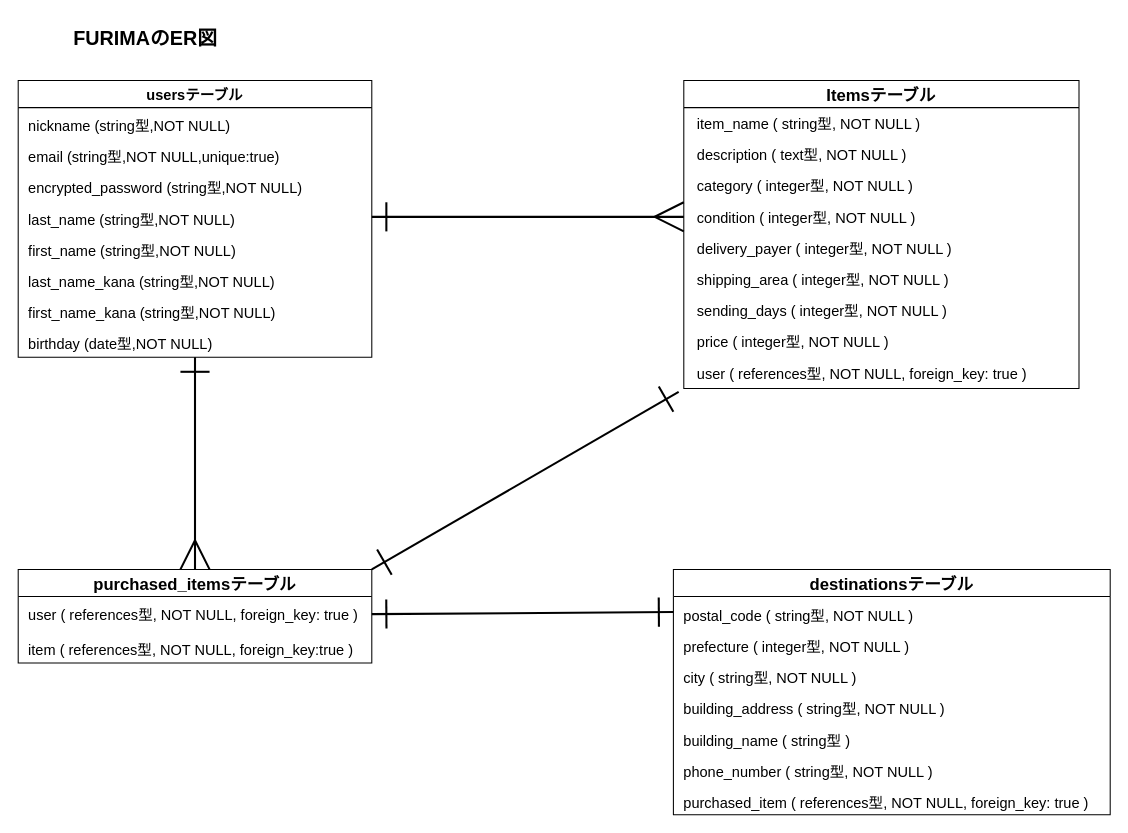
Before: furima.dio in megnaka/furima-37900, a draw.io diagram. Source tidied: cells renumbered, new cells numbered last; positions are measured from the earlier drawing's top-left corner, leaving out a move shared by most shapes. Both pictures are drawn from the tidied source at 104%, with x=0, y=0 at pixel (18, 18).
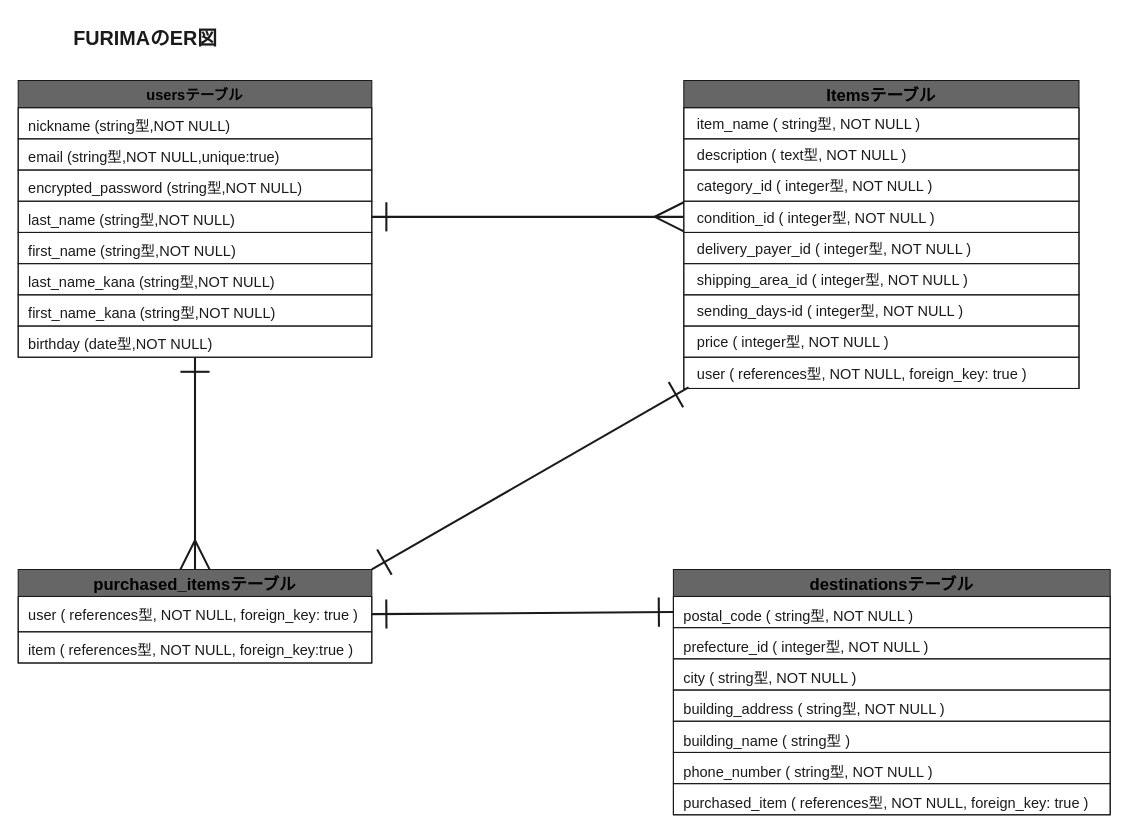
After the change.

Commit message (it also covers changes not shown here):
コートレビュー後の修正

The edit, as a diff of the source:
```diff
@@
-<mxGraphModel>
+<mxGraphModel background="#ffffff">
@@
-    <mxCell id="2" value="destinationsテーブル" style="swimlane;fontStyle=1;horizontal=1;startSize=26;align=center;fontSize=16;" parent="1" vertex="1">
+    <mxCell id="2" value="destinationsテーブル" style="swimlane;fontStyle=1;horizontal=1;startSize=26;align=center;fontSize=16;fontColor=default;labelBorderColor=none;strokeColor=#1A1A1A;fillColor=#666666;" parent="1" vertex="1">
       <mxGeometry x="630" y="530" width="420" height="236" as="geometry" />
     </mxCell>
-    <mxCell id="3" value="postal_code ( string型, NOT NULL )" style="text;strokeColor=none;fillColor=none;spacingLeft=11;spacingRight=5;overflow=hidden;points=[[0,0.5],[1,0.5]];portConstraint=eastwest;fontSize=14;spacing=-1;spacingTop=7;spacingBottom=7;" parent="2" vertex="1">
+    <mxCell id="3" value="postal_code ( string型, NOT NULL )" style="text;strokeColor=#1A1A1A;fillColor=none;spacingLeft=11;spacingRight=5;overflow=hidden;points=[[0,0.5],[1,0.5]];portConstraint=eastwest;fontSize=14;spacing=-1;spacingTop=7;spacingBottom=7;fontColor=#1A1A1A;labelBorderColor=none;" parent="2" vertex="1">
       <mxGeometry y="26" width="420" height="30" as="geometry" />
     </mxCell>
-    <mxCell id="4" value="prefecture ( integer型, NOT NULL )" style="text;strokeColor=none;fillColor=none;spacingLeft=11;spacingRight=5;overflow=hidden;fontSize=14;spacing=-1;spacingTop=7;spacingBottom=7;" parent="2" vertex="1">
+    <mxCell id="4" value="prefecture_id ( integer型, NOT NULL )" style="text;strokeColor=#1A1A1A;fillColor=none;spacingLeft=11;spacingRight=5;overflow=hidden;fontSize=14;spacing=-1;spacingTop=7;spacingBottom=7;fontColor=#1A1A1A;labelBorderColor=none;" parent="2" vertex="1">
       <mxGeometry y="56" width="420" height="30" as="geometry" />
     </mxCell>
-    <mxCell id="5" value="city ( string型, NOT NULL )" style="text;strokeColor=none;fillColor=none;spacingLeft=11;spacingRight=5;overflow=hidden;fontSize=14;spacing=-1;spacingTop=7;spacingBottom=7;" parent="2" vertex="1">
+    <mxCell id="5" value="city ( string型, NOT NULL )" style="text;strokeColor=#1A1A1A;fillColor=none;spacingLeft=11;spacingRight=5;overflow=hidden;fontSize=14;spacing=-1;spacingTop=7;spacingBottom=7;fontColor=#1A1A1A;labelBorderColor=none;" parent="2" vertex="1">
       <mxGeometry y="86" width="420" height="30" as="geometry" />
     </mxCell>
-    <mxCell id="6" value="building_address ( string型, NOT NULL )" style="text;strokeColor=none;fillColor=none;spacingLeft=11;spacingRight=5;overflow=hidden;fontSize=14;spacing=-1;spacingTop=7;spacingBottom=7;" parent="2" vertex="1">
+    <mxCell id="6" value="building_address ( string型, NOT NULL )" style="text;strokeColor=#1A1A1A;fillColor=none;spacingLeft=11;spacingRight=5;overflow=hidden;fontSize=14;spacing=-1;spacingTop=7;spacingBottom=7;fontColor=#1A1A1A;labelBorderColor=none;" parent="2" vertex="1">
       <mxGeometry y="116" width="420" height="30" as="geometry" />
     </mxCell>
-    <mxCell id="7" value="building_name ( string型 )" style="text;strokeColor=none;fillColor=none;spacingLeft=11;spacingRight=5;overflow=hidden;fontSize=14;spacing=-1;spacingTop=7;spacingBottom=7;" parent="2" vertex="1">
+    <mxCell id="7" value="building_name ( string型 )" style="text;strokeColor=#1A1A1A;fillColor=none;spacingLeft=11;spacingRight=5;overflow=hidden;fontSize=14;spacing=-1;spacingTop=7;spacingBottom=7;fontColor=#1A1A1A;labelBorderColor=none;" parent="2" vertex="1">
       <mxGeometry y="146" width="420" height="30" as="geometry" />
     </mxCell>
-    <mxCell id="8" value="phone_number ( string型, NOT NULL )" style="text;strokeColor=none;fillColor=none;spacingLeft=11;spacingRight=5;overflow=hidden;fontSize=14;spacing=-1;spacingTop=7;spacingBottom=7;" parent="2" vertex="1">
+    <mxCell id="8" value="phone_number ( string型, NOT NULL )" style="text;strokeColor=#1A1A1A;fillColor=none;spacingLeft=11;spacingRight=5;overflow=hidden;fontSize=14;spacing=-1;spacingTop=7;spacingBottom=7;fontColor=#1A1A1A;labelBorderColor=none;" parent="2" vertex="1">
       <mxGeometry y="176" width="420" height="30" as="geometry" />
     </mxCell>
-    <mxCell id="9" value="purchased_item ( references型, NOT NULL, foreign_key: true )" style="text;strokeColor=none;fillColor=none;spacingLeft=11;spacingRight=5;overflow=hidden;fontSize=14;spacing=-1;spacingTop=7;spacingBottom=7;" parent="2" vertex="1">
+    <mxCell id="9" value="purchased_item ( references型, NOT NULL, foreign_key: true )" style="text;strokeColor=#1A1A1A;fillColor=none;spacingLeft=11;spacingRight=5;overflow=hidden;fontSize=14;spacing=-1;spacingTop=7;spacingBottom=7;fontColor=#1A1A1A;labelBorderColor=none;" parent="2" vertex="1">
       <mxGeometry y="206" width="420" height="30" as="geometry" />
     </mxCell>
-    <mxCell id="10" value="Itemsテーブル" style="swimlane;fontStyle=1;horizontal=1;startSize=26;align=center;fontSize=16;spacing=0;spacingTop=1;spacingBottom=1;" parent="1" vertex="1">
+    <mxCell id="10" value="Itemsテーブル" style="swimlane;fontStyle=1;horizontal=1;startSize=26;align=center;fontSize=16;spacing=0;spacingTop=1;spacingBottom=1;fillColor=#666666;strokeColor=#1A1A1A;fontColor=default;labelBackgroundColor=none;labelBorderColor=none;" parent="1" vertex="1">
       <mxGeometry x="640" y="60" width="380" height="296" as="geometry" />
     </mxCell>
-    <mxCell id="11" value="item_name ( string型, NOT NULL )" style="text;strokeColor=none;fillColor=none;spacingLeft=15;spacingRight=5;overflow=hidden;fontSize=14;spacingTop=5;spacingBottom=5;spacing=-2;" parent="10" vertex="1">
+    <mxCell id="11" value="item_name ( string型, NOT NULL )" style="text;strokeColor=#1A1A1A;fillColor=none;spacingLeft=15;spacingRight=5;overflow=hidden;fontSize=14;spacingTop=5;spacingBottom=5;spacing=-2;fontColor=#1A1A1A;labelBorderColor=none;" parent="10" vertex="1">
       <mxGeometry y="26" width="380" height="30" as="geometry" />
     </mxCell>
-    <mxCell id="12" value="description ( text型, NOT NULL )" style="text;strokeColor=none;fillColor=none;spacingLeft=15;spacingRight=5;overflow=hidden;fontSize=14;spacingTop=5;spacingBottom=5;spacing=-2;" parent="10" vertex="1">
+    <mxCell id="12" value="description ( text型, NOT NULL )" style="text;strokeColor=#1A1A1A;fillColor=none;spacingLeft=15;spacingRight=5;overflow=hidden;fontSize=14;spacingTop=5;spacingBottom=5;spacing=-2;fontColor=#1A1A1A;labelBorderColor=none;" parent="10" vertex="1">
       <mxGeometry y="56" width="380" height="30" as="geometry" />
     </mxCell>
-    <mxCell id="13" value="category ( integer型, NOT NULL )" style="text;strokeColor=none;fillColor=none;spacingLeft=15;spacingRight=5;overflow=hidden;fontSize=14;spacingTop=5;spacingBottom=5;spacing=-2;" parent="10" vertex="1">
+    <mxCell id="13" value="category_id ( integer型, NOT NULL )" style="text;strokeColor=#1A1A1A;fillColor=none;spacingLeft=15;spacingRight=5;overflow=hidden;fontSize=14;spacingTop=5;spacingBottom=5;spacing=-2;fontColor=#1A1A1A;labelBorderColor=none;" parent="10" vertex="1">
       <mxGeometry y="86" width="380" height="30" as="geometry" />
     </mxCell>
-    <mxCell id="14" value="condition ( integer型, NOT NULL )" style="text;strokeColor=none;fillColor=none;spacingLeft=15;spacingRight=5;overflow=hidden;points=[[0,0.5],[1,0.5]];portConstraint=eastwest;fontSize=14;spacingTop=5;spacingBottom=5;spacing=-2;" parent="10" vertex="1">
+    <mxCell id="14" value="condition_id ( integer型, NOT NULL )" style="text;strokeColor=#1A1A1A;fillColor=none;spacingLeft=15;spacingRight=5;overflow=hidden;points=[[0,0.5],[1,0.5]];portConstraint=eastwest;fontSize=14;spacingTop=5;spacingBottom=5;spacing=-2;fontColor=#1A1A1A;labelBorderColor=none;" parent="10" vertex="1">
       <mxGeometry y="116" width="380" height="30" as="geometry" />
     </mxCell>
-    <mxCell id="15" value="delivery_payer ( integer型, NOT NULL )" style="text;strokeColor=none;fillColor=none;spacingLeft=15;spacingRight=5;overflow=hidden;fontSize=14;spacingTop=5;spacingBottom=5;spacing=-2;" parent="10" vertex="1">
+    <mxCell id="15" value="delivery_payer_id ( integer型, NOT NULL )" style="text;strokeColor=#1A1A1A;fillColor=none;spacingLeft=15;spacingRight=5;overflow=hidden;fontSize=14;spacingTop=5;spacingBottom=5;spacing=-2;fontColor=#1A1A1A;labelBorderColor=none;" parent="10" vertex="1">
       <mxGeometry y="146" width="380" height="30" as="geometry" />
     </mxCell>
-    <mxCell id="16" value="shipping_area ( integer型, NOT NULL )" style="text;strokeColor=none;fillColor=none;spacingLeft=15;spacingRight=5;overflow=hidden;fontSize=14;spacingTop=5;spacingBottom=5;spacing=-2;" parent="10" vertex="1">
+    <mxCell id="16" value="shipping_area_id ( integer型, NOT NULL )" style="text;strokeColor=#1A1A1A;fillColor=none;spacingLeft=15;spacingRight=5;overflow=hidden;fontSize=14;spacingTop=5;spacingBottom=5;spacing=-2;fontColor=#1A1A1A;labelBorderColor=none;" parent="10" vertex="1">
       <mxGeometry y="176" width="380" height="30" as="geometry" />
     </mxCell>
-    <mxCell id="17" value="sending_days ( integer型, NOT NULL )" style="text;strokeColor=none;fillColor=none;spacingLeft=15;spacingRight=5;overflow=hidden;fontSize=14;spacingTop=5;spacingBottom=5;spacing=-2;" parent="10" vertex="1">
+    <mxCell id="17" value="sending_days-id ( integer型, NOT NULL )" style="text;strokeColor=#1A1A1A;fillColor=none;spacingLeft=15;spacingRight=5;overflow=hidden;fontSize=14;spacingTop=5;spacingBottom=5;spacing=-2;fontColor=#1A1A1A;labelBorderColor=none;" parent="10" vertex="1">
       <mxGeometry y="206" width="380" height="30" as="geometry" />
     </mxCell>
-    <mxCell id="18" value="price ( integer型, NOT NULL )" style="text;strokeColor=none;fillColor=none;spacingLeft=15;spacingRight=5;overflow=hidden;fontSize=14;spacingTop=5;spacingBottom=5;spacing=-2;" parent="10" vertex="1">
+    <mxCell id="18" value="price ( integer型, NOT NULL )" style="text;strokeColor=#1A1A1A;fillColor=none;spacingLeft=15;spacingRight=5;overflow=hidden;fontSize=14;spacingTop=5;spacingBottom=5;spacing=-2;fontColor=#1A1A1A;labelBorderColor=none;" parent="10" vertex="1">
       <mxGeometry y="236" width="380" height="30" as="geometry" />
     </mxCell>
-    <mxCell id="19" value="user ( references型, NOT NULL, foreign_key: true )" style="text;strokeColor=none;fillColor=none;spacingLeft=15;spacingRight=5;overflow=hidden;points=[[0,0.5],[1,0.5]];portConstraint=eastwest;fontSize=14;spacingTop=5;spacingBottom=5;spacing=-2;" parent="10" vertex="1">
+    <mxCell id="19" value="user ( references型, NOT NULL, foreign_key: true )" style="text;strokeColor=#1A1A1A;fillColor=none;spacingLeft=15;spacingRight=5;overflow=hidden;points=[[0,0.5],[1,0.5]];portConstraint=eastwest;fontSize=14;spacingTop=5;spacingBottom=5;spacing=-2;fontColor=#1A1A1A;labelBorderColor=none;" parent="10" vertex="1">
       <mxGeometry y="266" width="380" height="30" as="geometry" />
     </mxCell>
-    <mxCell id="20" style="edgeStyle=none;html=1;entryX=0.5;entryY=0;entryDx=0;entryDy=0;fontSize=16;startArrow=ERone;startFill=0;endArrow=ERmany;endFill=0;startSize=25;endSize=25;strokeWidth=2;" parent="1" edge="1" source="21" target="31">
+    <mxCell id="20" style="edgeStyle=none;html=1;entryX=0.5;entryY=0;entryDx=0;entryDy=0;fontSize=16;startArrow=ERone;startFill=0;endArrow=ERmany;endFill=0;startSize=25;endSize=25;strokeWidth=2;fontColor=#1A1A1A;labelBorderColor=none;strokeColor=#1A1A1A;" parent="1" edge="1" source="21" target="31">
       <mxGeometry relative="1" as="geometry" />
     </mxCell>
-    <mxCell id="21" value="usersテーブル" style="swimlane;fontStyle=1;horizontal=1;startSize=26;align=center;fontSize=14;" parent="1" vertex="1">
+    <mxCell id="21" value="usersテーブル" style="swimlane;fontStyle=1;horizontal=1;startSize=26;align=center;fontSize=14;fontColor=default;labelBorderColor=none;strokeColor=#1A1A1A;fillColor=#666666;" parent="1" vertex="1">
       <mxGeometry y="60" width="340" height="266" as="geometry" />
     </mxCell>
-    <mxCell id="22" value="nickname (string型,NOT NULL)" style="text;strokeColor=none;fillColor=none;spacingLeft=10;spacingRight=5;overflow=hidden;fontSize=14;spacingTop=5;spacingBottom=5;spacing=0;" parent="21" vertex="1">
+    <mxCell id="22" value="nickname (string型,NOT NULL)" style="text;strokeColor=#1A1A1A;fillColor=none;spacingLeft=10;spacingRight=5;overflow=hidden;fontSize=14;spacingTop=5;spacingBottom=5;spacing=0;fontColor=#1A1A1A;labelBorderColor=none;" parent="21" vertex="1">
       <mxGeometry y="26" width="340" height="30" as="geometry" />
     </mxCell>
-    <mxCell id="23" value="email (string型,NOT NULL,unique:true)" style="text;strokeColor=none;fillColor=none;spacingLeft=10;spacingRight=5;overflow=hidden;fontSize=14;spacingTop=5;spacingBottom=5;spacing=0;" parent="21" vertex="1">
+    <mxCell id="23" value="email (string型,NOT NULL,unique:true)" style="text;strokeColor=#1A1A1A;fillColor=none;spacingLeft=10;spacingRight=5;overflow=hidden;fontSize=14;spacingTop=5;spacingBottom=5;spacing=0;fontColor=#1A1A1A;labelBorderColor=none;" parent="21" vertex="1">
       <mxGeometry y="56" width="340" height="30" as="geometry" />
     </mxCell>
-    <mxCell id="24" value="encrypted_password (string型,NOT NULL)" style="text;strokeColor=none;fillColor=none;spacingLeft=10;spacingRight=5;overflow=hidden;fontSize=14;spacingTop=5;spacingBottom=5;spacing=0;" parent="21" vertex="1">
+    <mxCell id="24" value="encrypted_password (string型,NOT NULL)" style="text;strokeColor=#1A1A1A;fillColor=none;spacingLeft=10;spacingRight=5;overflow=hidden;fontSize=14;spacingTop=5;spacingBottom=5;spacing=0;fontColor=#1A1A1A;labelBorderColor=none;" parent="21" vertex="1">
       <mxGeometry y="86" width="340" height="30" as="geometry" />
     </mxCell>
-    <mxCell id="25" value="last_name (string型,NOT NULL)" style="text;strokeColor=none;fillColor=none;spacingLeft=10;spacingRight=5;overflow=hidden;points=[[0,0.5],[1,0.5]];portConstraint=eastwest;fontSize=14;spacingTop=5;spacingBottom=5;spacing=0;" parent="21" vertex="1">
+    <mxCell id="25" value="last_name (string型,NOT NULL)" style="text;strokeColor=#1A1A1A;fillColor=none;spacingLeft=10;spacingRight=5;overflow=hidden;points=[[0,0.5],[1,0.5]];portConstraint=eastwest;fontSize=14;spacingTop=5;spacingBottom=5;spacing=0;fontColor=#1A1A1A;labelBorderColor=none;" parent="21" vertex="1">
       <mxGeometry y="116" width="340" height="30" as="geometry" />
     </mxCell>
-    <mxCell id="26" value="first_name (string型,NOT NULL)" style="text;strokeColor=none;fillColor=none;spacingLeft=10;spacingRight=5;overflow=hidden;fontSize=14;spacingTop=5;spacingBottom=5;spacing=0;" parent="21" vertex="1">
+    <mxCell id="26" value="first_name (string型,NOT NULL)" style="text;strokeColor=#1A1A1A;fillColor=none;spacingLeft=10;spacingRight=5;overflow=hidden;fontSize=14;spacingTop=5;spacingBottom=5;spacing=0;fontColor=#1A1A1A;labelBorderColor=none;" parent="21" vertex="1">
       <mxGeometry y="146" width="340" height="30" as="geometry" />
     </mxCell>
-    <mxCell id="27" value="last_name_kana (string型,NOT NULL)" style="text;strokeColor=none;fillColor=none;spacingLeft=10;spacingRight=5;overflow=hidden;fontSize=14;spacingTop=5;spacingBottom=5;spacing=0;" parent="21" vertex="1">
+    <mxCell id="27" value="last_name_kana (string型,NOT NULL)" style="text;strokeColor=#1A1A1A;fillColor=none;spacingLeft=10;spacingRight=5;overflow=hidden;fontSize=14;spacingTop=5;spacingBottom=5;spacing=0;fontColor=#1A1A1A;labelBorderColor=none;" parent="21" vertex="1">
       <mxGeometry y="176" width="340" height="30" as="geometry" />
     </mxCell>
-    <mxCell id="28" value="first_name_kana (string型,NOT NULL)" style="text;strokeColor=none;fillColor=none;spacingLeft=10;spacingRight=5;overflow=hidden;fontSize=14;spacingTop=5;spacingBottom=5;spacing=0;" parent="21" vertex="1">
+    <mxCell id="28" value="first_name_kana (string型,NOT NULL)" style="text;strokeColor=#1A1A1A;fillColor=none;spacingLeft=10;spacingRight=5;overflow=hidden;fontSize=14;spacingTop=5;spacingBottom=5;spacing=0;fontColor=#1A1A1A;labelBorderColor=none;" parent="21" vertex="1">
       <mxGeometry y="206" width="340" height="30" as="geometry" />
     </mxCell>
-    <mxCell id="29" value="birthday (date型,NOT NULL)" style="text;strokeColor=none;fillColor=none;spacingLeft=10;spacingRight=5;overflow=hidden;fontSize=14;spacingTop=5;spacingBottom=5;spacing=0;" parent="21" vertex="1">
+    <mxCell id="29" value="birthday (date型,NOT NULL)" style="text;strokeColor=#1A1A1A;fillColor=none;spacingLeft=10;spacingRight=5;overflow=hidden;fontSize=14;spacingTop=5;spacingBottom=5;spacing=0;fontColor=#1A1A1A;labelBorderColor=none;" parent="21" vertex="1">
       <mxGeometry y="236" width="340" height="30" as="geometry" />
     </mxCell>
-    <mxCell id="30" style="edgeStyle=none;html=1;fontSize=16;startArrow=ERone;startFill=0;endArrow=ERone;endFill=0;startSize=25;endSize=25;strokeWidth=2;entryX=-0.013;entryY=1.111;entryDx=0;entryDy=0;entryPerimeter=0;exitX=1;exitY=0;exitDx=0;exitDy=0;" parent="1" edge="1" source="31" target="19">
+    <mxCell id="30" style="edgeStyle=none;html=1;fontSize=16;startArrow=ERone;startFill=0;endArrow=ERone;endFill=0;startSize=25;endSize=25;strokeWidth=2;entryX=0.012;entryY=0.969;entryDx=0;entryDy=0;entryPerimeter=0;exitX=1;exitY=0;exitDx=0;exitDy=0;fontColor=#1A1A1A;labelBorderColor=none;strokeColor=#1A1A1A;" parent="1" edge="1" source="31" target="19">
       <mxGeometry relative="1" as="geometry" />
     </mxCell>
-    <mxCell id="31" value="purchased_itemsテーブル" style="swimlane;fontStyle=1;horizontal=1;startSize=26;align=center;fontSize=16;" parent="1" vertex="1">
+    <mxCell id="31" value="purchased_itemsテーブル" style="swimlane;fontStyle=1;horizontal=1;startSize=26;align=center;fontSize=16;fontColor=default;labelBorderColor=none;strokeColor=#1A1A1A;fillColor=#666666;" parent="1" vertex="1">
       <mxGeometry y="530" width="340" height="90" as="geometry" />
     </mxCell>
-    <mxCell id="32" value="user ( references型, NOT NULL, foreign_key: true )" style="text;strokeColor=none;fillColor=none;spacingLeft=10;spacingRight=5;overflow=hidden;points=[[0,0.5],[1,0.5]];portConstraint=eastwest;fontSize=14;spacing=0;spacingTop=5;spacingBottom=5;" parent="31" vertex="1">
+    <mxCell id="32" value="user ( references型, NOT NULL, foreign_key: true )" style="text;strokeColor=#1A1A1A;fillColor=none;spacingLeft=10;spacingRight=5;overflow=hidden;points=[[0,0.5],[1,0.5]];portConstraint=eastwest;fontSize=14;spacing=0;spacingTop=5;spacingBottom=5;fontColor=#1A1A1A;labelBorderColor=none;" parent="31" vertex="1">
       <mxGeometry y="26" width="340" height="34" as="geometry" />
     </mxCell>
-    <mxCell id="33" value="item ( references型, NOT NULL, foreign_key:true )" style="text;strokeColor=none;fillColor=none;spacingLeft=10;spacingRight=5;overflow=hidden;fontSize=14;spacing=0;spacingTop=5;spacingBottom=5;" parent="31" vertex="1">
+    <mxCell id="33" value="item ( references型, NOT NULL, foreign_key:true )" style="text;strokeColor=#1A1A1A;fillColor=none;spacingLeft=10;spacingRight=5;overflow=hidden;fontSize=14;spacing=0;spacingTop=5;spacingBottom=5;fontColor=#1A1A1A;labelBorderColor=none;" parent="31" vertex="1">
       <mxGeometry y="60" width="340" height="30" as="geometry" />
     </mxCell>
-    <mxCell id="34" value="FURIMAのER図" style="text;html=1;align=center;verticalAlign=middle;fillColor=none;strokeColor=none;rounded=0;spacing=7;spacingRight=7;fontSize=19;fontStyle=1;" parent="1" vertex="1">
+    <mxCell id="34" value="FURIMAのER図" style="text;html=1;align=center;verticalAlign=middle;fillColor=none;strokeColor=none;rounded=0;spacing=7;spacingRight=7;fontSize=19;fontStyle=1;fontColor=#1A1A1A;" parent="1" vertex="1">
       <mxGeometry x="35" width="180" height="40" as="geometry" />
     </mxCell>
-    <mxCell id="35" style="edgeStyle=none;html=1;exitX=1;exitY=0.5;exitDx=0;exitDy=0;entryX=0;entryY=0.5;entryDx=0;entryDy=0;fontSize=16;startArrow=ERone;startFill=0;endArrow=ERmany;endFill=0;startSize=25;endSize=25;strokeWidth=2;" parent="1" edge="1" source="25" target="14">
+    <mxCell id="35" style="edgeStyle=none;html=1;exitX=1;exitY=0.5;exitDx=0;exitDy=0;entryX=0;entryY=0.5;entryDx=0;entryDy=0;fontSize=16;startArrow=ERone;startFill=0;endArrow=ERmany;endFill=0;startSize=25;endSize=25;strokeWidth=2;fontColor=#1A1A1A;labelBorderColor=none;strokeColor=#1A1A1A;" parent="1" edge="1" source="25" target="14">
       <mxGeometry relative="1" as="geometry" />
     </mxCell>
-    <mxCell id="36" style="edgeStyle=none;html=1;exitX=1;exitY=0.5;exitDx=0;exitDy=0;entryX=0;entryY=0.5;entryDx=0;entryDy=0;fontSize=16;startArrow=ERone;startFill=0;endArrow=ERone;endFill=0;startSize=25;endSize=25;strokeWidth=2;" parent="1" edge="1" source="32" target="3">
+    <mxCell id="36" style="edgeStyle=none;html=1;exitX=1;exitY=0.5;exitDx=0;exitDy=0;entryX=0;entryY=0.5;entryDx=0;entryDy=0;fontSize=16;startArrow=ERone;startFill=0;endArrow=ERone;endFill=0;startSize=25;endSize=25;strokeWidth=2;fontColor=#1A1A1A;labelBorderColor=none;strokeColor=#1A1A1A;" parent="1" edge="1" source="32" target="3">
       <mxGeometry relative="1" as="geometry" />
     </mxCell>
```
